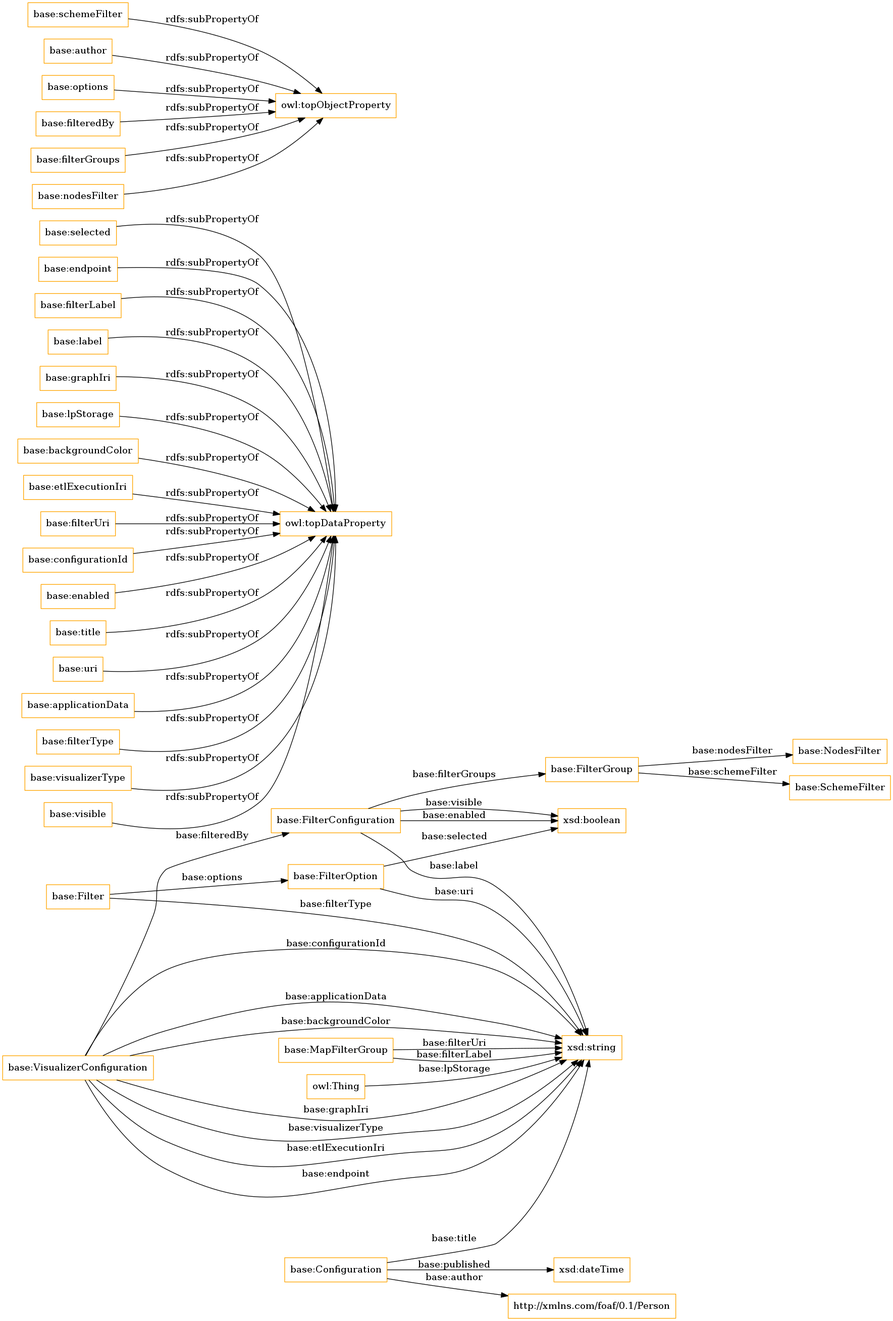
This is OnToology/lpapps.owl/diagrams/ar2dtool-class/lpapps.owl.png from OnToologyUser/linkedpipes_applications_ontology, a Graphviz export, as it was before one commit. Its source is kept beside it as OnToology/lpapps.owl/diagrams/ar2dtool-class/lpapps.owl.png.dot.
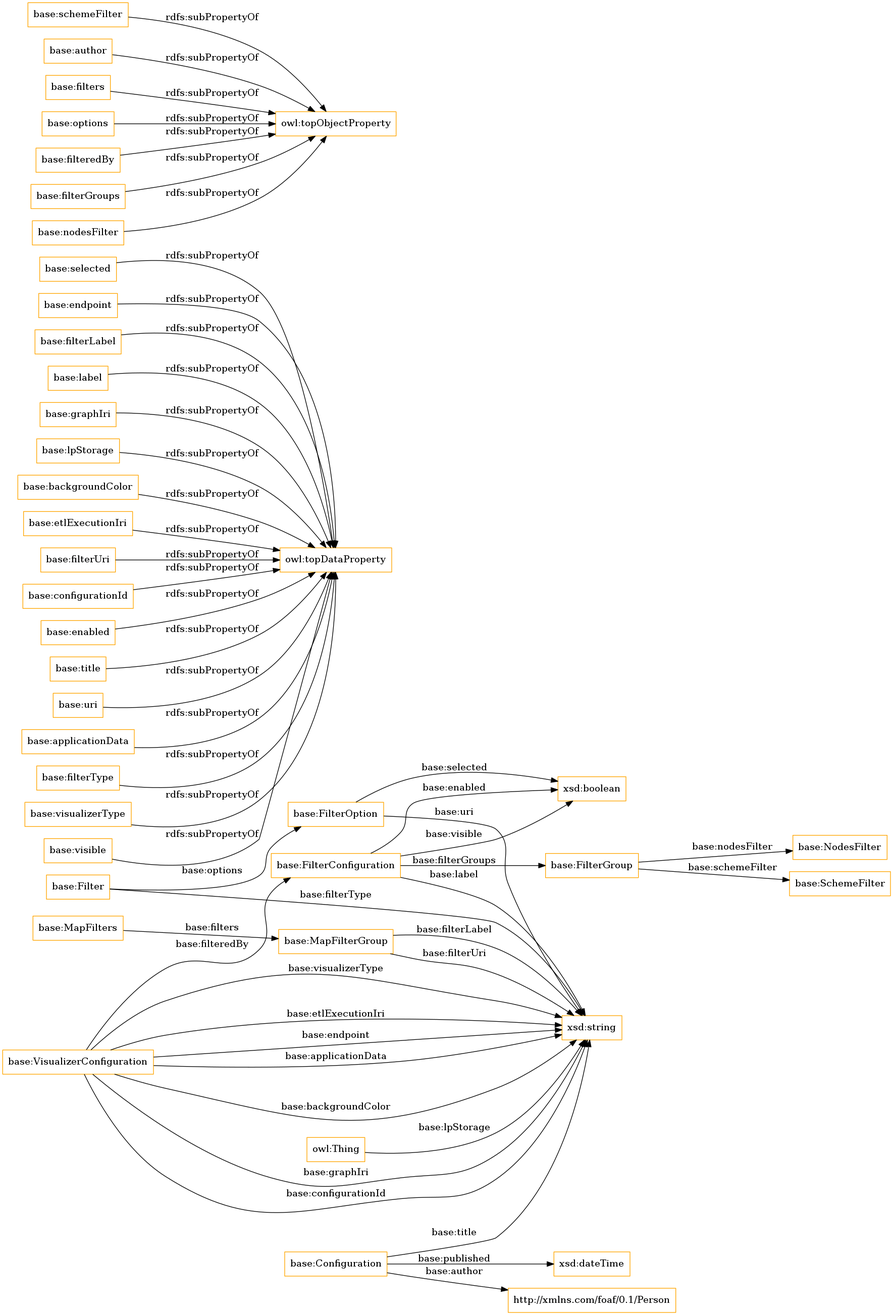
The same diagram one commit later.

Change to the diagram source:
```diff
@@ -1,13 +1,14 @@
 digraph ar2dtool_diagram {
 rankdir=LR;
 size="1501"
-node [shape = rectangle, color="orange"]; "base:VisualizerConfiguration" "base:FilterGroup" "base:FilterOption" "base:NodesFilter" "base:Filter" "base:SchemeFilter" "http://xmlns.com/foaf/0.1/Person" "base:MapFilterGroup" "base:FilterConfiguration" "base:Configuration" ; /*classes style*/
+node [shape = rectangle, color="orange"]; "base:VisualizerConfiguration" "base:FilterGroup" "base:FilterOption" "base:NodesFilter" "base:Filter" "base:MapFilters" "base:SchemeFilter" "http://xmlns.com/foaf/0.1/Person" "base:MapFilterGroup" "base:FilterConfiguration" "base:Configuration" ; /*classes style*/
 	"base:selected" -> "owl:topDataProperty" [ label = "rdfs:subPropertyOf" ];
 	"base:schemeFilter" -> "owl:topObjectProperty" [ label = "rdfs:subPropertyOf" ];
 	"base:author" -> "owl:topObjectProperty" [ label = "rdfs:subPropertyOf" ];
 	"base:endpoint" -> "owl:topDataProperty" [ label = "rdfs:subPropertyOf" ];
 	"base:filterLabel" -> "owl:topDataProperty" [ label = "rdfs:subPropertyOf" ];
 	"base:label" -> "owl:topDataProperty" [ label = "rdfs:subPropertyOf" ];
+	"base:filters" -> "owl:topObjectProperty" [ label = "rdfs:subPropertyOf" ];
 	"base:graphIri" -> "owl:topDataProperty" [ label = "rdfs:subPropertyOf" ];
 	"base:options" -> "owl:topObjectProperty" [ label = "rdfs:subPropertyOf" ];
 	"base:lpStorage" -> "owl:topDataProperty" [ label = "rdfs:subPropertyOf" ];
@@ -25,29 +26,30 @@
 	"base:filterType" -> "owl:topDataProperty" [ label = "rdfs:subPropertyOf" ];
 	"base:visualizerType" -> "owl:topDataProperty" [ label = "rdfs:subPropertyOf" ];
 	"base:visible" -> "owl:topDataProperty" [ label = "rdfs:subPropertyOf" ];
-	"owl:Thing" -> "xsd:string" [ label = "base:lpStorage" ];
 	"base:VisualizerConfiguration" -> "base:FilterConfiguration" [ label = "base:filteredBy" ];
-	"base:FilterOption" -> "xsd:string" [ label = "base:uri" ];
 	"base:VisualizerConfiguration" -> "xsd:string" [ label = "base:backgroundColor" ];
 	"base:Configuration" -> "xsd:string" [ label = "base:title" ];
 	"base:FilterConfiguration" -> "base:FilterGroup" [ label = "base:filterGroups" ];
+	"base:FilterConfiguration" -> "xsd:boolean" [ label = "base:enabled" ];
+	"base:VisualizerConfiguration" -> "xsd:string" [ label = "base:graphIri" ];
+	"base:MapFilters" -> "base:MapFilterGroup" [ label = "base:filters" ];
+	"base:MapFilterGroup" -> "xsd:string" [ label = "base:filterUri" ];
+	"base:VisualizerConfiguration" -> "xsd:string" [ label = "base:configurationId" ];
+	"base:Configuration" -> "http://xmlns.com/foaf/0.1/Person" [ label = "base:author" ];
+	"base:FilterConfiguration" -> "xsd:boolean" [ label = "base:visible" ];
+	"owl:Thing" -> "xsd:string" [ label = "base:lpStorage" ];
+	"base:FilterOption" -> "xsd:string" [ label = "base:uri" ];
 	"base:FilterGroup" -> "base:NodesFilter" [ label = "base:nodesFilter" ];
-	"base:FilterConfiguration" -> "xsd:boolean" [ label = "base:enabled" ];
 	"base:MapFilterGroup" -> "xsd:string" [ label = "base:filterLabel" ];
 	"base:FilterGroup" -> "base:SchemeFilter" [ label = "base:schemeFilter" ];
-	"base:VisualizerConfiguration" -> "xsd:string" [ label = "base:graphIri" ];
 	"base:VisualizerConfiguration" -> "xsd:string" [ label = "base:visualizerType" ];
 	"base:VisualizerConfiguration" -> "xsd:string" [ label = "base:etlExecutionIri" ];
 	"base:FilterConfiguration" -> "xsd:string" [ label = "base:label" ];
 	"base:VisualizerConfiguration" -> "xsd:string" [ label = "base:endpoint" ];
 	"base:Filter" -> "xsd:string" [ label = "base:filterType" ];
-	"base:MapFilterGroup" -> "xsd:string" [ label = "base:filterUri" ];
-	"base:VisualizerConfiguration" -> "xsd:string" [ label = "base:configurationId" ];
 	"base:VisualizerConfiguration" -> "xsd:string" [ label = "base:applicationData" ];
-	"base:Configuration" -> "http://xmlns.com/foaf/0.1/Person" [ label = "base:author" ];
 	"base:Filter" -> "base:FilterOption" [ label = "base:options" ];
 	"base:FilterOption" -> "xsd:boolean" [ label = "base:selected" ];
-	"base:FilterConfiguration" -> "xsd:boolean" [ label = "base:visible" ];
 	"base:Configuration" -> "xsd:dateTime" [ label = "base:published" ];
 
 }
```
